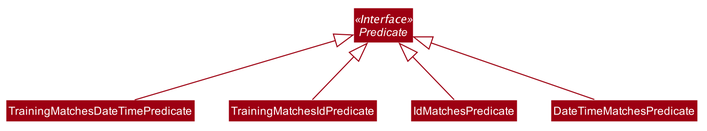
nus-cs2103-AY2021S1/tp keeps this PlantUML diagram as docs/images/FindTrainingPredicatesDiagram.png. Above is the earlier version. The source it was exported from:
```plantuml
@startuml








skinparam BackgroundColor #FFFFFFF

skinparam Shadowing false

skinparam Class {
    FontColor #FFFFFF
    BorderThickness 1
    BorderColor #FFFFFF
    StereotypeFontColor #FFFFFF
    FontName Arial
}

skinparam Actor {
    BorderColor #000000
    Color #000000
    FontName Arial
}

skinparam Sequence {
    MessageAlign center
    BoxFontSize 15
    BoxPadding 0
    BoxFontColor #FFFFFF
    FontName Arial
}

skinparam Participant {
    FontColor #FFFFFFF
    Padding 20
}

skinparam MinClassWidth 50
skinparam ParticipantPadding 10
skinparam Shadowing false
skinparam DefaultTextAlignment center
skinparam packageStyle Rectangle

hide footbox
hide members
hide circle
skinparam arrowThickness 1.1
skinparam arrowColor #9D0012
skinparam classBackgroundColor #9D0012

Interface Predicate <<Interface>>

Predicate <|-- TrainingMatchesDateTimePredicate
Predicate <|-- TrainingMatchesIdPredicate
Predicate <|-- IdMatchesPredicate
Predicate <|-- DateTimeMatchesPredicate

@enduml
```
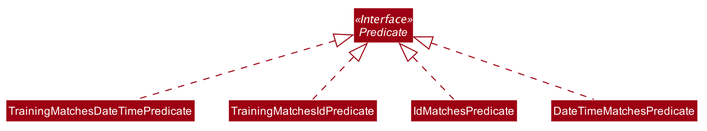
After the change.

Commit message:
Modify Predicate Diagram

Diff of the diagram source:
```diff
@@ -53,9 +53,9 @@
 
 Interface Predicate <<Interface>>
 
-Predicate <|-- TrainingMatchesDateTimePredicate
-Predicate <|-- TrainingMatchesIdPredicate
-Predicate <|-- IdMatchesPredicate
-Predicate <|-- DateTimeMatchesPredicate
+Predicate <|.. TrainingMatchesDateTimePredicate
+Predicate <|.. TrainingMatchesIdPredicate
+Predicate <|.. IdMatchesPredicate
+Predicate <|.. DateTimeMatchesPredicate
 
 @enduml
```
